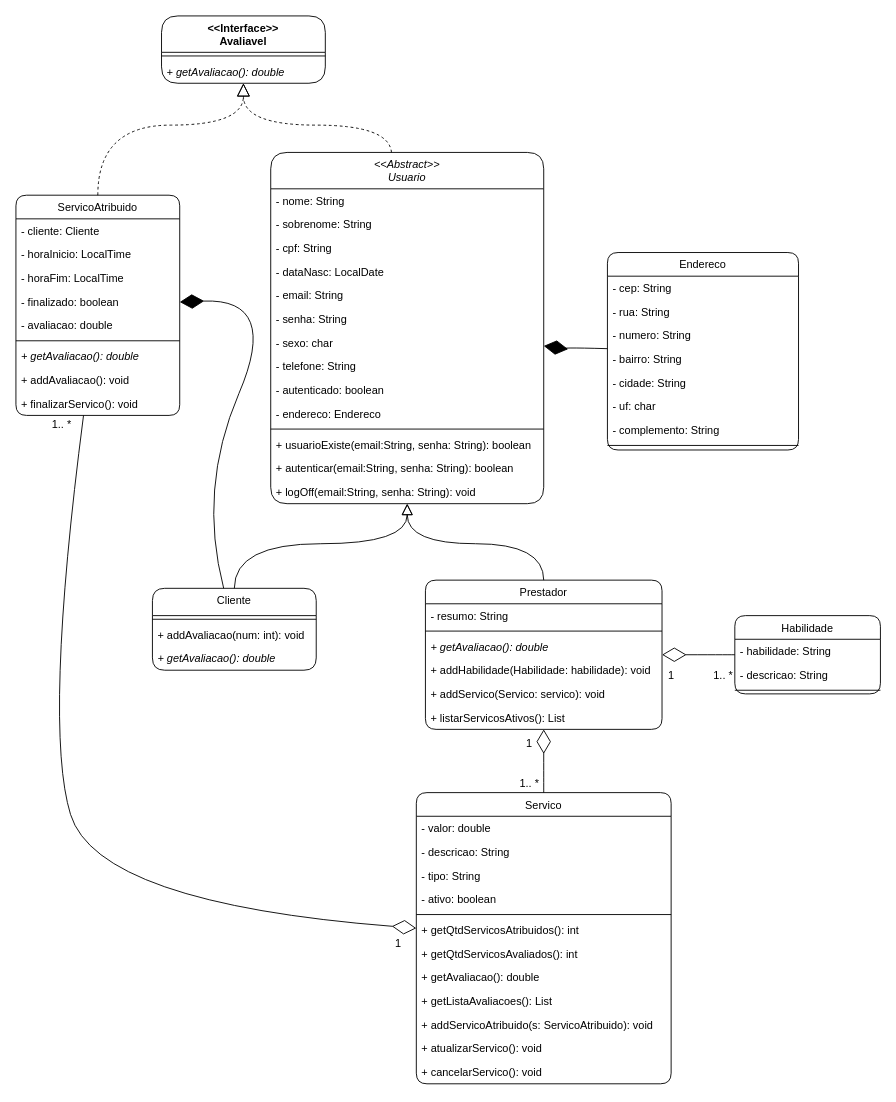
j9remy/Iara-grupo-5 keeps this draw.io diagram as docs/class diagram iara.drawio. Above is the earlier version. Source tidied: cells renumbered, new cells numbered last; positions are measured from the earlier drawing's top-left corner, leaving out a move shared by most shapes. Both pictures are drawn from the tidied source at 91%, with x=0, y=0 at pixel (15, 15).
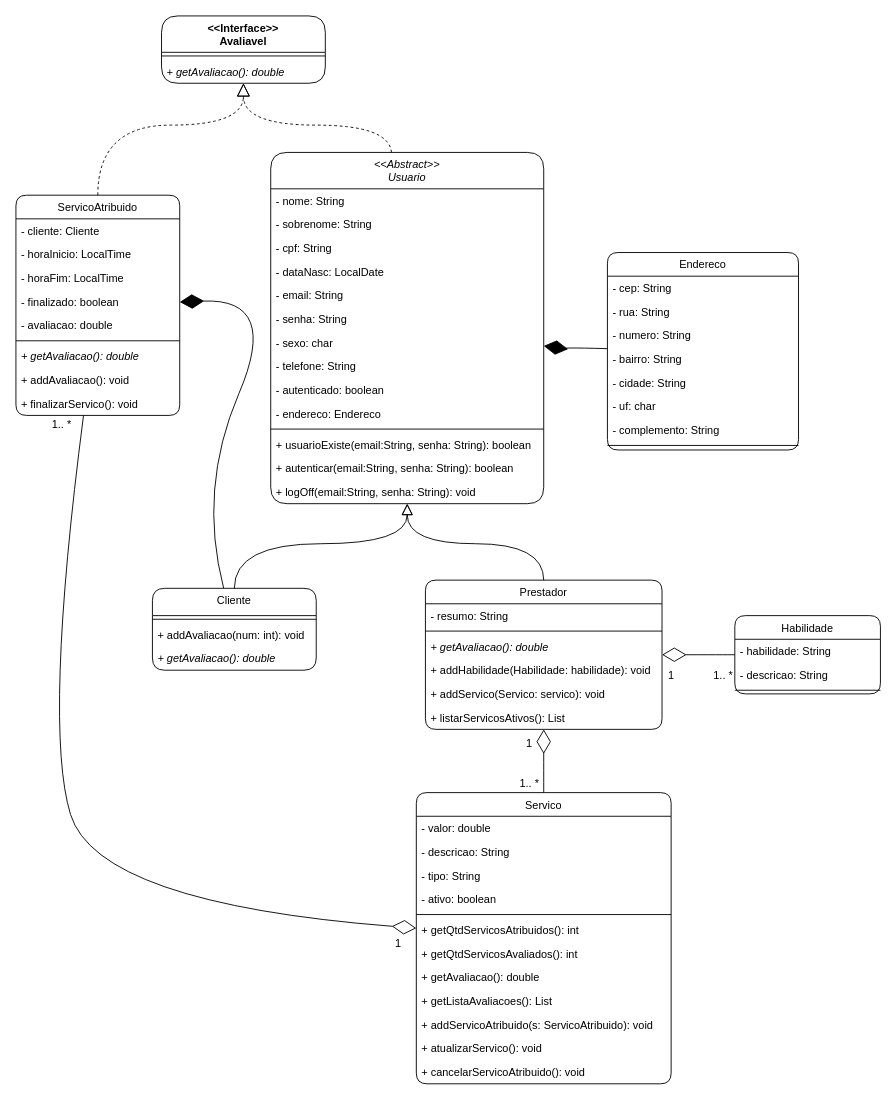
Above is the later version.

Unchanged cells that the change refers to:
```xml
<mxCell id="45" value="Servico" style="swimlane;fontStyle=0;align=center;verticalAlign=top;horizontal=1;startSize=26;shadow=0;strokeWidth=1;rounded=1;" parent="1" vertex="1">
  <mxGeometry x="440" y="853.5" width="280" height="320" as="geometry" />
</mxCell>
```

The edit, as a diff of the source:
```diff
@@
-    <mxCell id="57" value="+ cancelarServico(): void" style="text;align=left;verticalAlign=top;spacingLeft=4;spacingRight=4;overflow=hidden;fontStyle=0;rounded=1;" parent="45" vertex="1">
+    <mxCell id="57" value="+ cancelarServicoAtribuido(): void" style="text;align=left;verticalAlign=top;spacingLeft=4;spacingRight=4;overflow=hidden;fontStyle=0;rounded=1;" parent="45" vertex="1">
       <mxGeometry y="294" width="280" height="26" as="geometry" />
     </mxCell>
```
